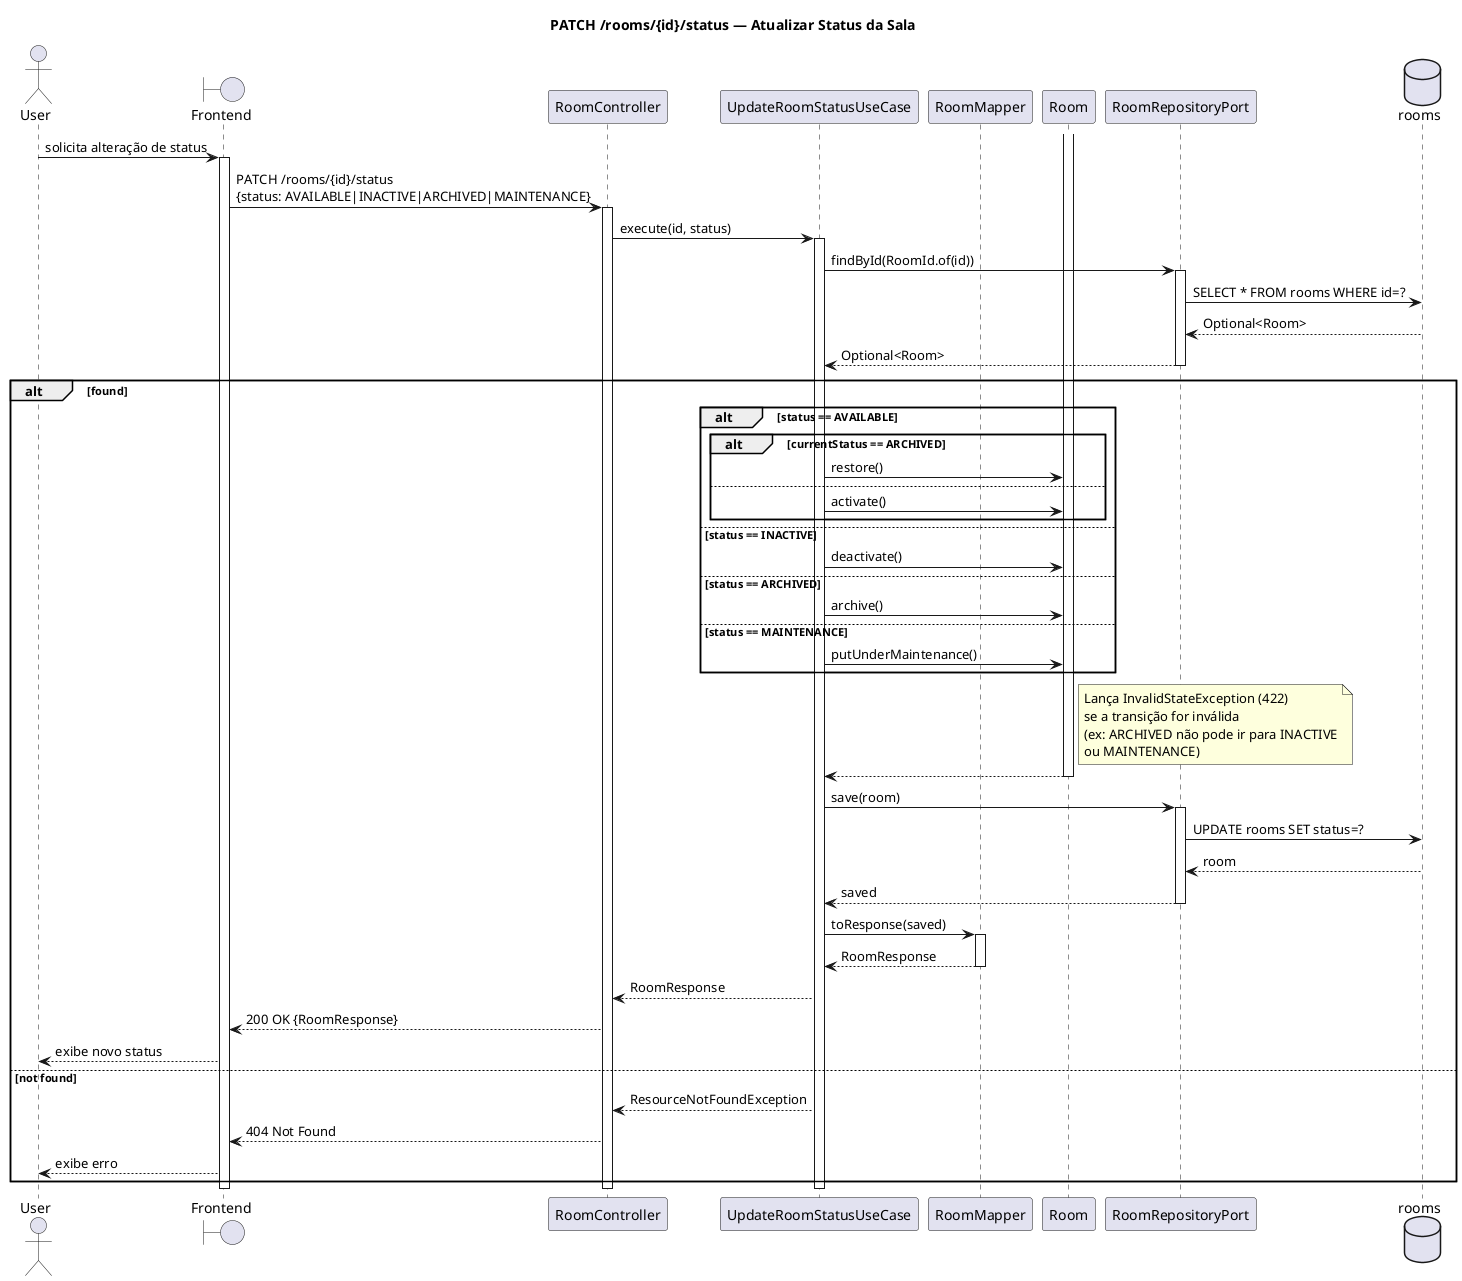
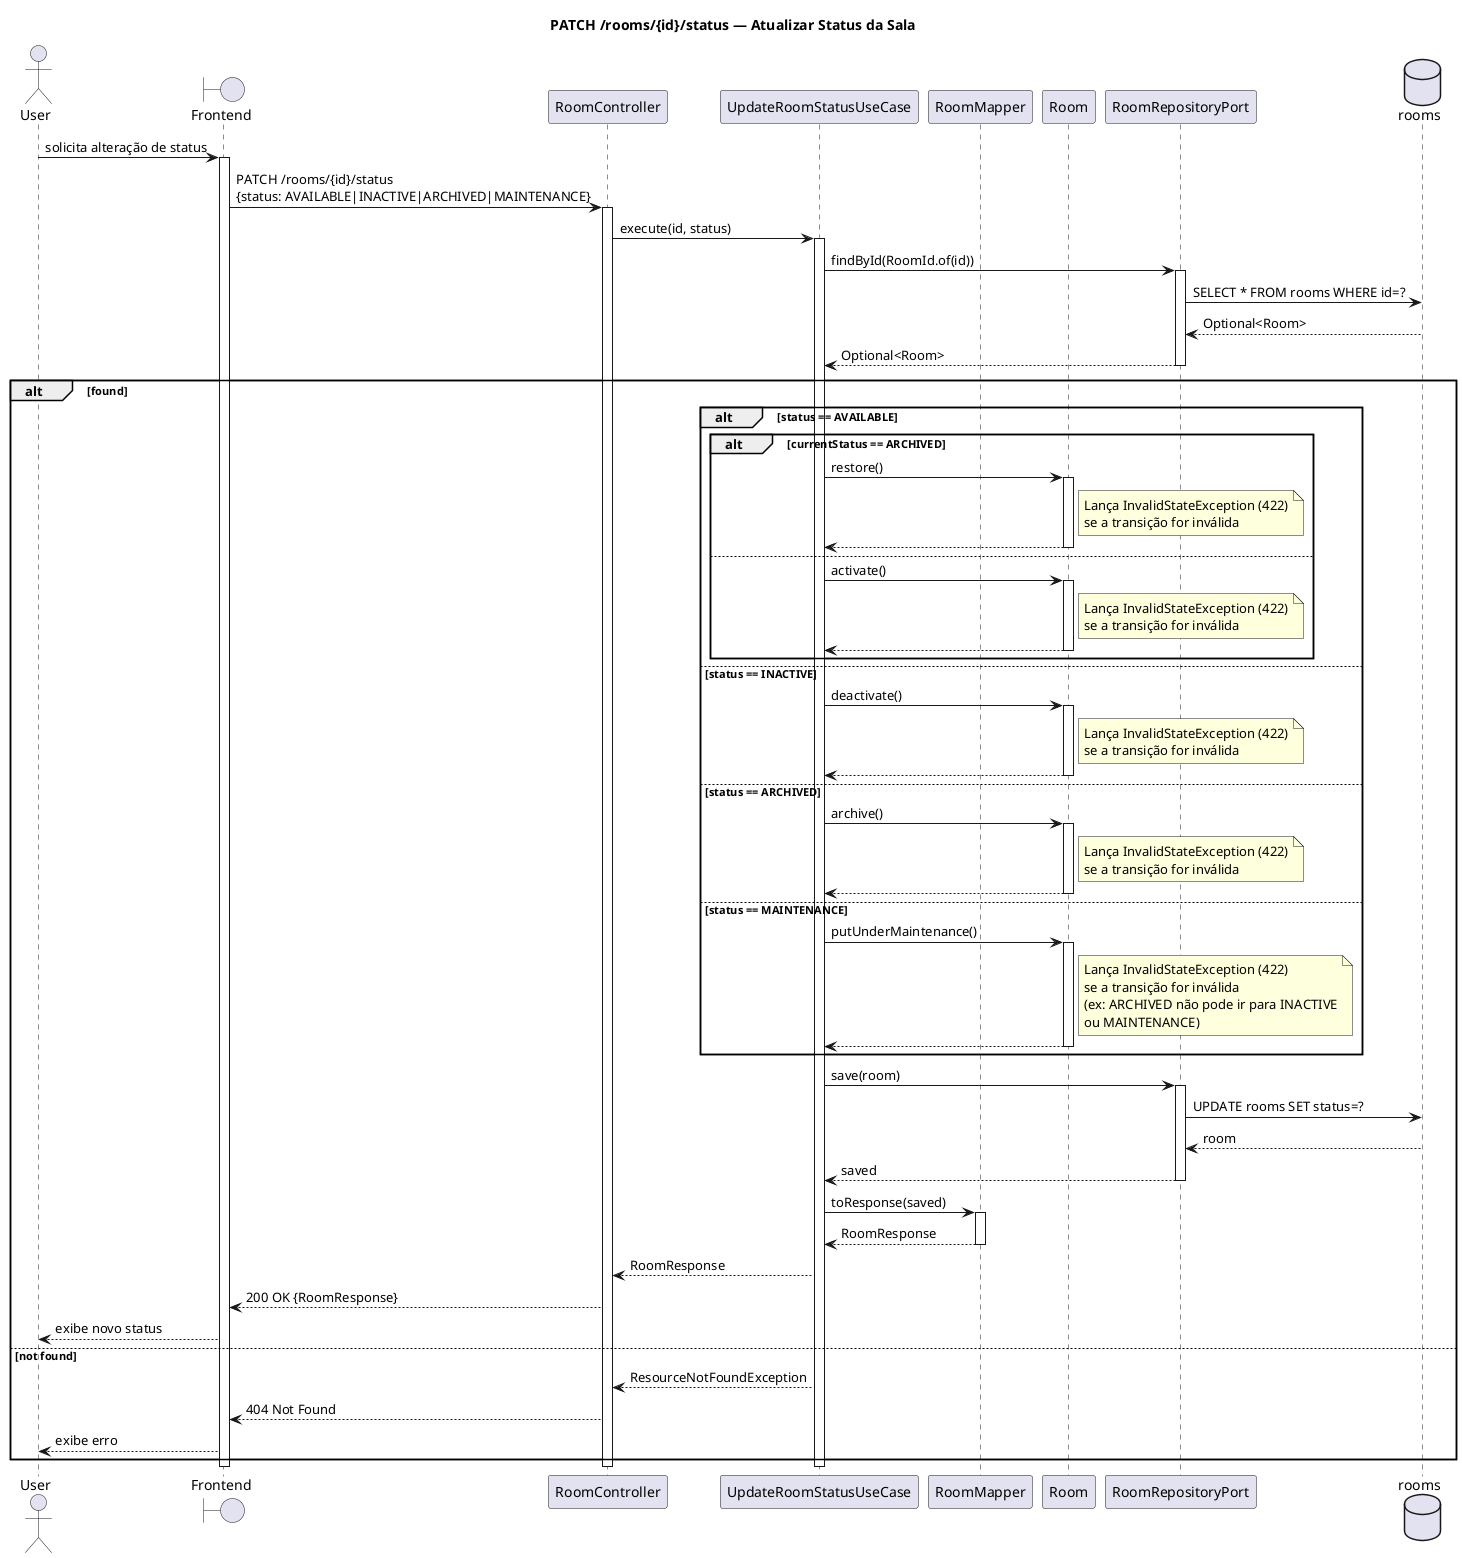
@startuml update_room_status

title PATCH /rooms/{id}/status — Atualizar Status da Sala

actor User
boundary "Frontend" as FE
participant "RoomController" as Ctrl
participant "UpdateRoomStatusUseCase" as UC
participant "RoomMapper" as Mapper
participant "Room" as Entity
participant "RoomRepositoryPort" as Repo
database "rooms" as DB

User -> FE: solicita alteração de status
activate FE
FE -> Ctrl: PATCH /rooms/{id}/status\n{status: AVAILABLE|INACTIVE|ARCHIVED|MAINTENANCE}
activate Ctrl

Ctrl -> UC: execute(id, status)
activate UC

UC -> Repo: findById(RoomId.of(id))
activate Repo
Repo -> DB: SELECT * FROM rooms WHERE id=?
DB --> Repo: Optional<Room>
Repo --> UC: Optional<Room>
deactivate Repo

alt found

  alt status == AVAILABLE
    alt currentStatus == ARCHIVED
      UC -> Entity: restore()
+       activate Entity
+       note right of Entity: Lança InvalidStateException (422)\nse a transição for inválida
+       Entity --> UC:
+       deactivate Entity
    else
      UC -> Entity: activate()
+       activate Entity
+       note right of Entity: Lança InvalidStateException (422)\nse a transição for inválida
+       Entity --> UC:
+       deactivate Entity
    end
  else status == INACTIVE
    UC -> Entity: deactivate()
+     activate Entity
+     note right of Entity: Lança InvalidStateException (422)\nse a transição for inválida
+     Entity --> UC:
+     deactivate Entity
  else status == ARCHIVED
    UC -> Entity: archive()
+     activate Entity
+     note right of Entity: Lança InvalidStateException (422)\nse a transição for inválida
+     Entity --> UC:
+     deactivate Entity
  else status == MAINTENANCE
    UC -> Entity: putUnderMaintenance()
+     activate Entity
+     note right of Entity: Lança InvalidStateException (422)\nse a transição for inválida\n(ex: ARCHIVED não pode ir para INACTIVE\nou MAINTENANCE)
+     Entity --> UC:
+     deactivate Entity
  end
- 
-   activate Entity
-   note right of Entity: Lança InvalidStateException (422)\nse a transição for inválida\n(ex: ARCHIVED não pode ir para INACTIVE\nou MAINTENANCE)
-   Entity --> UC:
-   deactivate Entity

  UC -> Repo: save(room)
  activate Repo
  Repo -> DB: UPDATE rooms SET status=?
  DB --> Repo: room
  Repo --> UC: saved
  deactivate Repo

  UC -> Mapper: toResponse(saved)
  activate Mapper
  Mapper --> UC: RoomResponse
  deactivate Mapper

  UC --> Ctrl: RoomResponse
  Ctrl --> FE: 200 OK {RoomResponse}
  FE --> User: exibe novo status
else not found
  UC --> Ctrl: ResourceNotFoundException
  Ctrl --> FE: 404 Not Found
  FE --> User: exibe erro
end

deactivate UC
deactivate Ctrl
deactivate FE

@enduml
